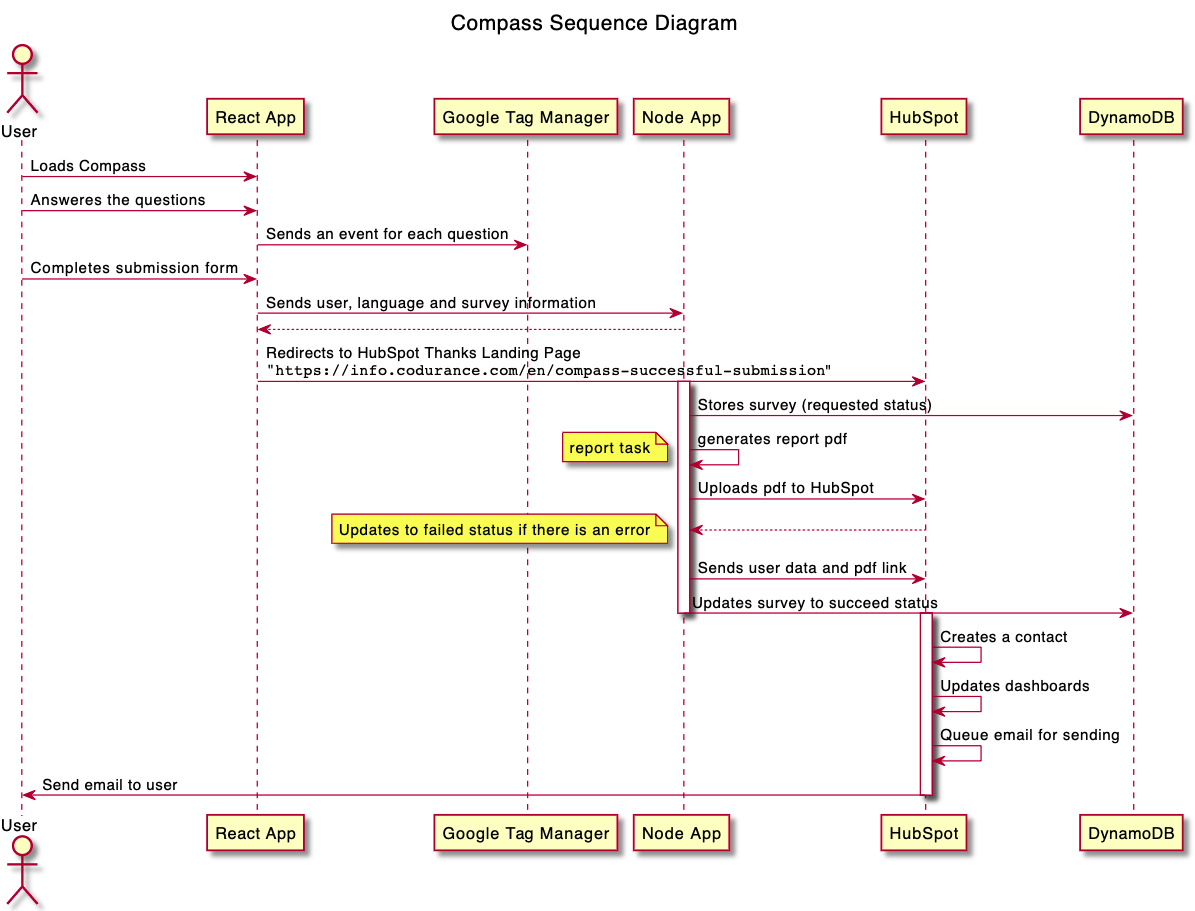
Above: docs/diagrams/out/compass-sequence-diagram-hs-flow/sequence-diagram.png in codurance/soft-mod-compass (PlantUML), before the change. Its source is kept beside it as docs/diagrams/src/sequence-diagram.puml.
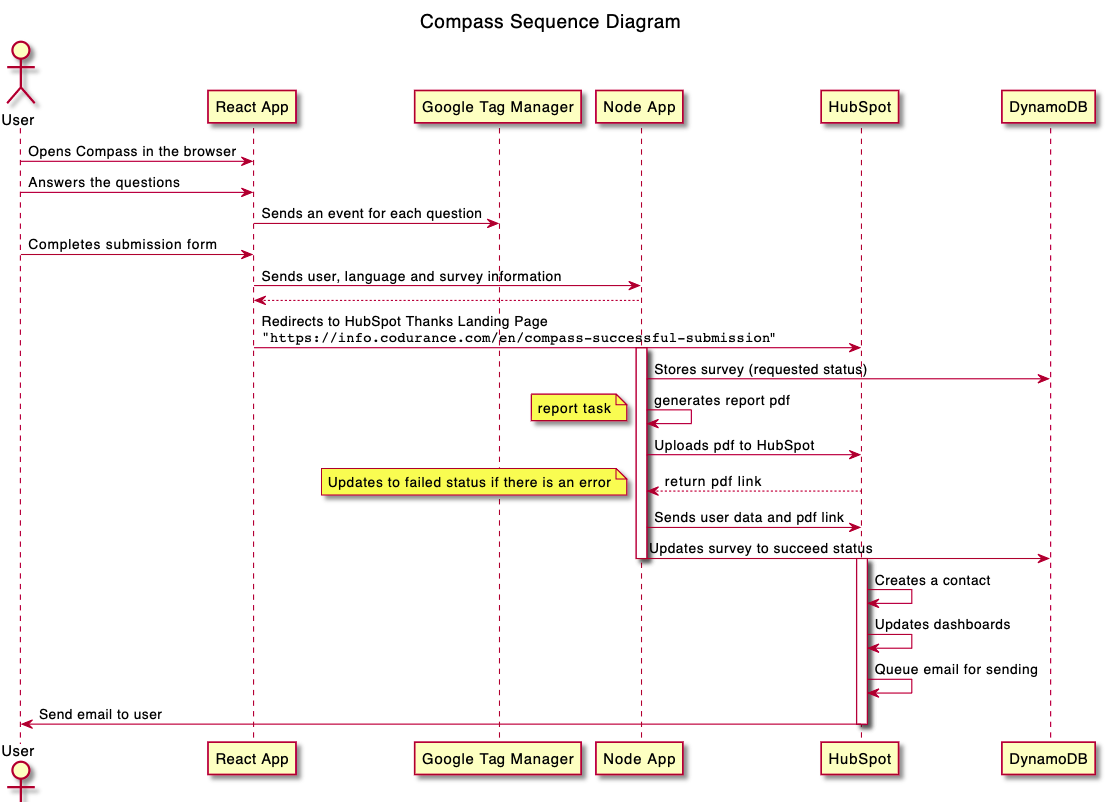
After the commit.

Commit message:
Update sequence diagram and remove old ones

The edit, as a diff of the source:
```diff
@@ -9,8 +9,8 @@
 participant "HubSpot"
 participant "DynamoDB" as DB
 
-User -> React: Loads Compass
-User -> React: Answeres the questions
+User -> React: Opens Compass in the browser
+User -> React: Answers the questions
 
 React -> TGM: Sends an event for each question
 User -> React: Completes submission form
@@ -25,7 +25,7 @@
 NodeApp -> NodeApp: generates report pdf
 note left: report task
 NodeApp -> HubSpot: Uploads pdf to HubSpot
-NodeApp <-- HubSpot:
+NodeApp <-- HubSpot: return pdf link
 note left: Updates to failed status if there is an error
 NodeApp -> HubSpot: Sends user data and pdf link
 NodeApp -> DB: Updates survey to succeed status
```
